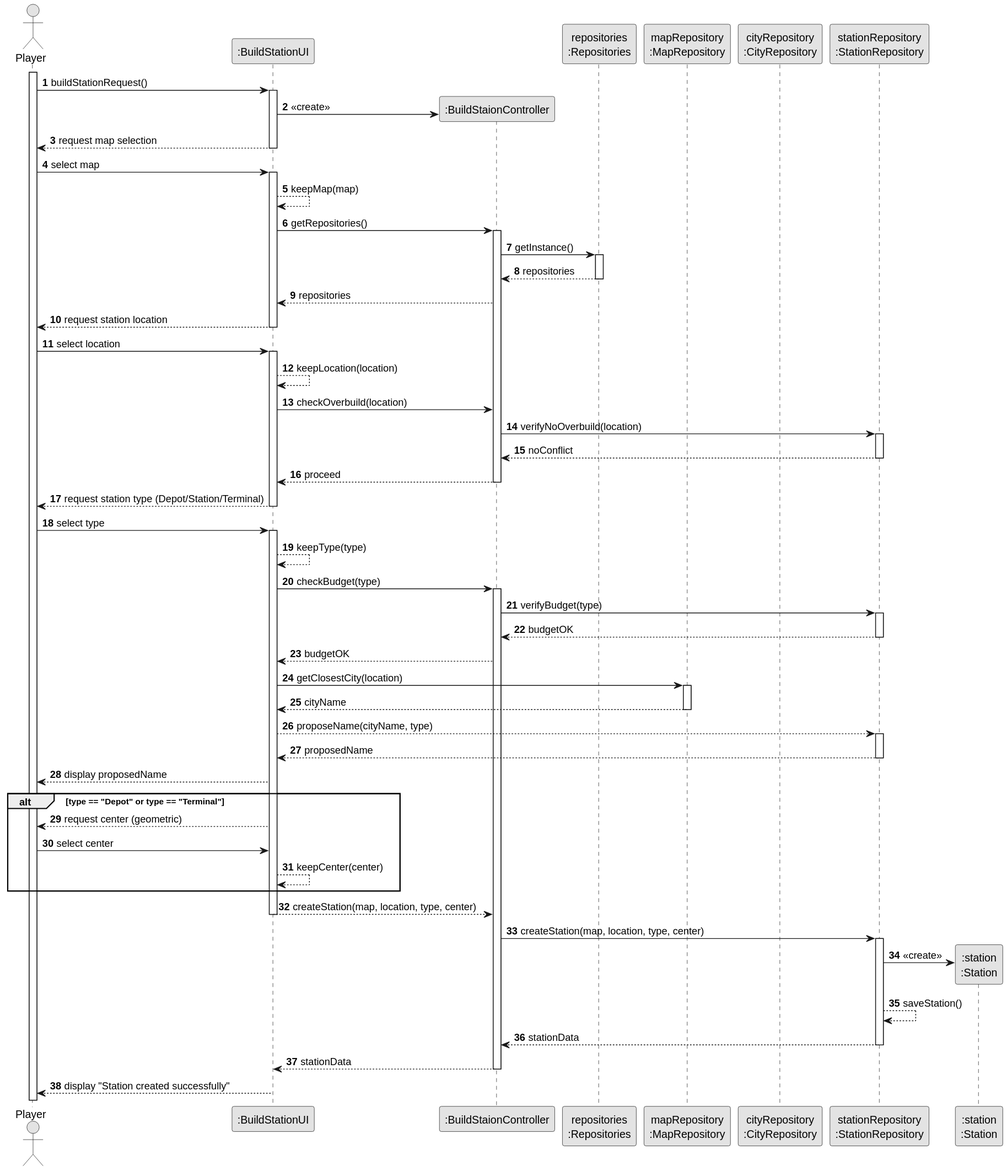
This is docs/system-documentation/US005/03.design/svg/US005-SD.svg from goncalolopesp/sem2-pi-24.25-g093-repo, a PlantUML export, as it was before one commit.
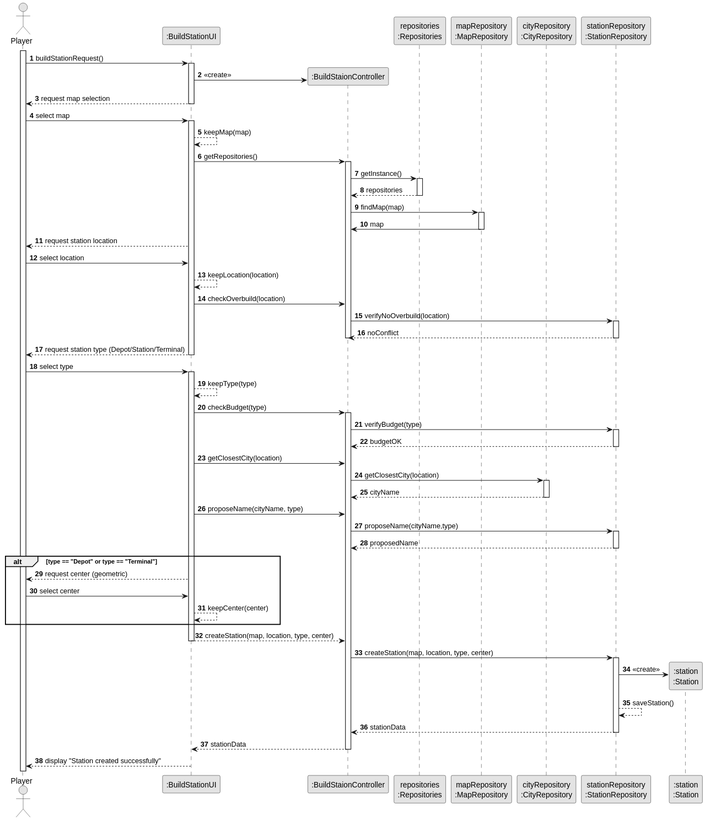
After the commit.

What changed in the source:
```diff
@@ -34,12 +34,16 @@
 activate Repositories
 Repositories --> BuildStationController : repositories
 deactivate Repositories
-BuildStationController --> BuildStationUI : repositories
+
+BuildStationController -> MapRepository: findMap(map)
+activate MapRepository
+MapRepository -> BuildStationController: map
+deactivate MapRepository
 
 BuildStationUI --> Player : request station location
-deactivate BuildStationUI
+
 Player -> BuildStationUI : select location
-activate BuildStationUI
+
 BuildStationUI --> BuildStationUI : keepLocation(location)
 
 BuildStationUI -> BuildStationController : checkOverbuild(location)
@@ -48,7 +52,6 @@
 StationRepository --> BuildStationController : noConflict
 deactivate StationRepository
 
-BuildStationController --> BuildStationUI : proceed
 deactivate BuildStationController
 BuildStationUI --> Player : request station type (Depot/Station/Terminal)
 deactivate BuildStationUI
@@ -63,19 +66,20 @@
 activate StationRepository
 StationRepository --> BuildStationController : budgetOK
 deactivate StationRepository
-BuildStationController --> BuildStationUI : budgetOK
 
 
 
-BuildStationUI -> MapRepository : getClosestCity(location)
-activate MapRepository
-MapRepository --> BuildStationUI : cityName
-deactivate MapRepository
-BuildStationUI --> StationRepository : proposeName(cityName, type)
+BuildStationUI -> BuildStationController : getClosestCity(location)
+BuildStationController -> CityRepository: getClosestCity(location)
+activate CityRepository
+CityRepository --> BuildStationController : cityName
+deactivate CityRepository
+BuildStationUI -> BuildStationController : proposeName(cityName, type)
+BuildStationController -> StationRepository : proposeName(cityName,type)
 activate StationRepository
-StationRepository --> BuildStationUI : proposedName
+StationRepository --> BuildStationController : proposedName
 deactivate StationRepository
-BuildStationUI --> Player : display proposedName
+
 
 alt type == "Depot" or type == "Terminal"
   BuildStationUI --> Player : request center (geometric)
```
